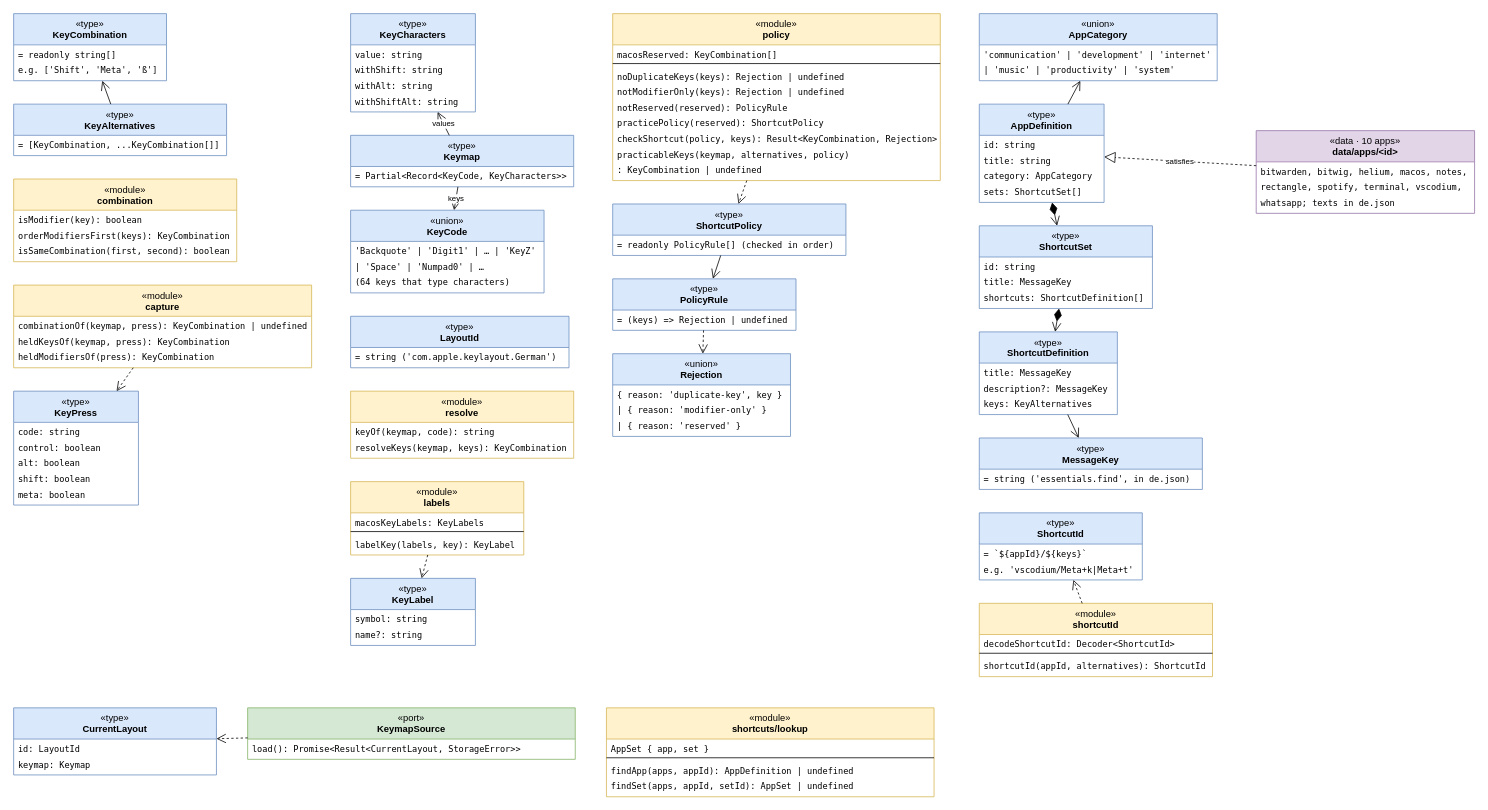
This is page "Classes – keyboard & shortcuts" (2 of 10) of docs/uml.drawio from r0binius/mathe2-trainer, a draw.io file, before an edit. Source tidied: cells renumbered, new cells numbered last; positions are measured from the earlier drawing's top-left corner, leaving out a move shared by most shapes. Both pictures are drawn from the tidied source at 78%, with x=0, y=0 at pixel (13, 13).
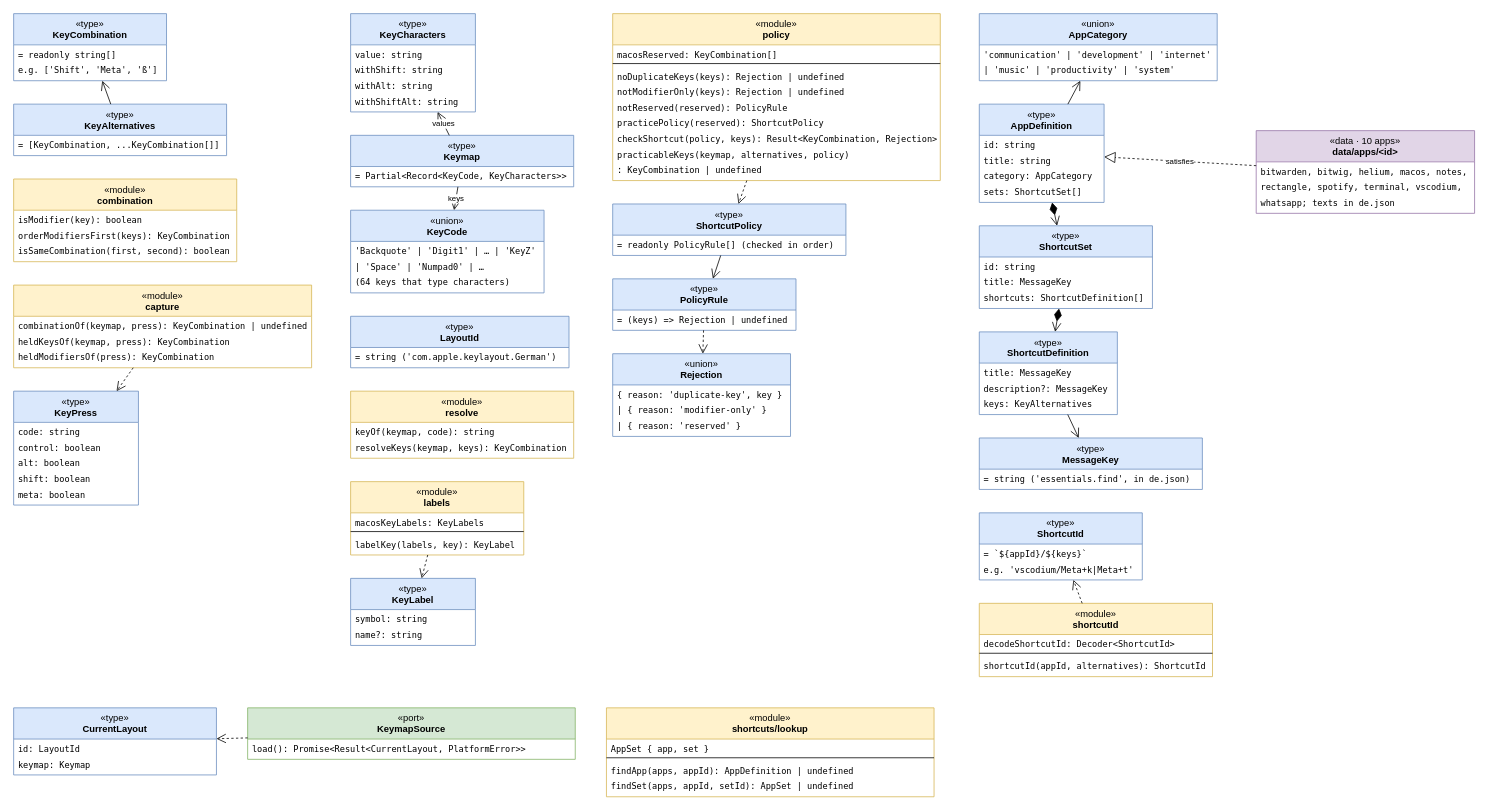
After the change.

The change refers to these unchanged cells:
```xml
<mxCell id="106" value="&amp;laquo;port&amp;raquo;&lt;br&gt;&lt;b&gt;KeymapSource&lt;/b&gt;" style="swimlane;fontStyle=0;align=center;verticalAlign=top;horizontal=1;startSize=40;html=1;whiteSpace=wrap;fillColor=#d5e8d4;strokeColor=#82b366;swimlaneFillColor=#ffffff;" parent="1" vertex="1">
  <mxGeometry x="300" y="890" width="420" height="66" as="geometry" />
</mxCell>
```

What changed in the source:
```diff
@@
-    <mxCell id="107" value="load(): Promise&lt;Result&lt;CurrentLayout, StorageError&gt;&gt;" style="text;strokeColor=none;fillColor=none;align=left;verticalAlign=top;spacingLeft=4;spacingRight=4;overflow=hidden;fontSize=11;fontFamily=Menlo;html=0;" parent="106" vertex="1">
+    <mxCell id="107" value="load(): Promise&lt;Result&lt;CurrentLayout, PlatformError&gt;&gt;" style="text;strokeColor=none;fillColor=none;align=left;verticalAlign=top;spacingLeft=4;spacingRight=4;overflow=hidden;fontSize=11;fontFamily=Menlo;html=0;" parent="106" vertex="1">
       <mxGeometry y="40" width="420" height="20" as="geometry" />
     </mxCell>
```
